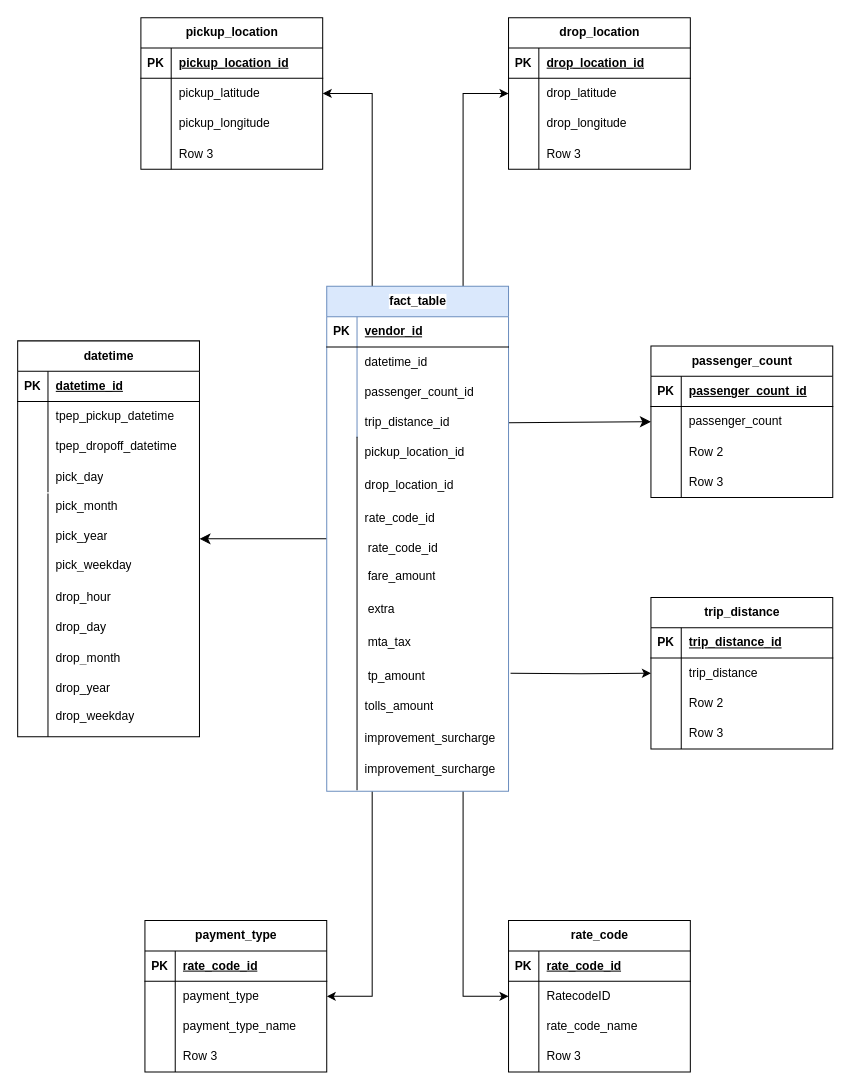
Above: Uber Data Model.drawio in hieuminhle/uber-pipeline (draw.io), before the change. Source tidied: cells renumbered, new cells numbered last; positions are measured from the earlier drawing's top-left corner, leaving out a move shared by most shapes. Both pictures are drawn from the tidied source at 101%, with x=0, y=0 at pixel (17, 17).
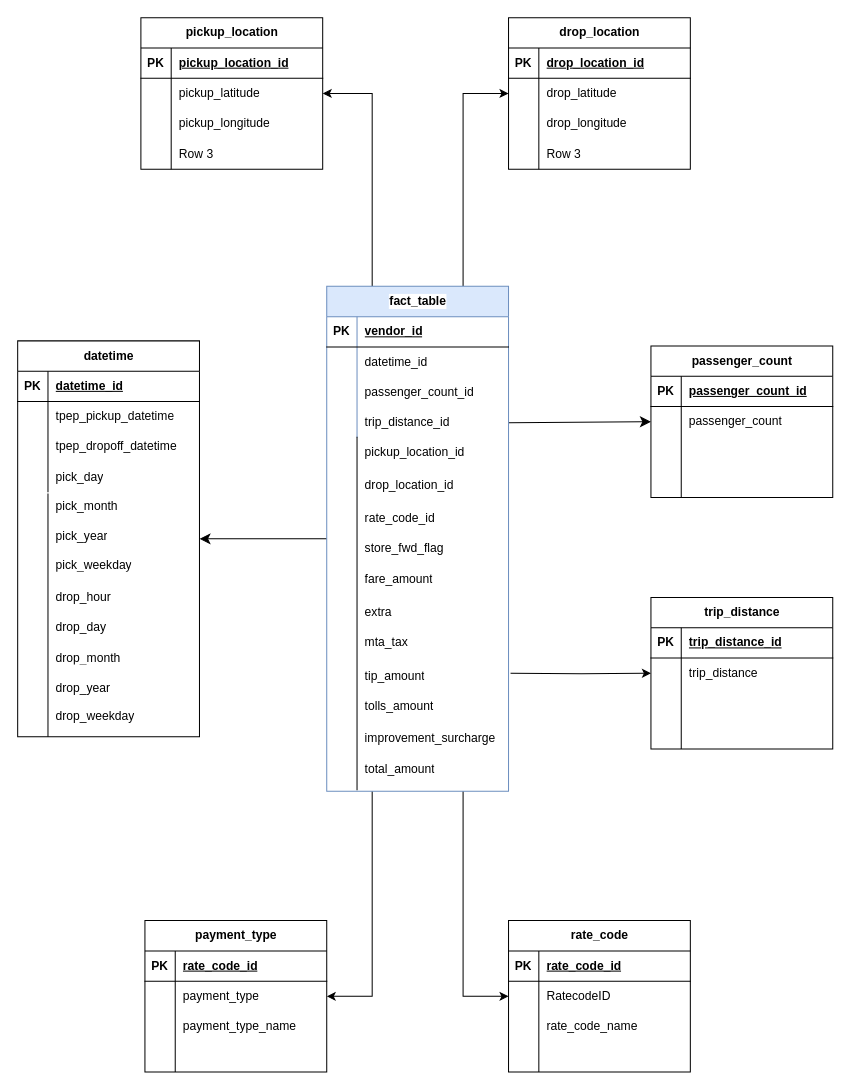
Above is the later version.

Commit message (it also covers changes not shown here):
create fact table and update data model

The change refers to these unchanged cells:
```xml
<mxCell id="50" style="shape=tableRow;horizontal=0;startSize=0;swimlaneHead=0;swimlaneBody=0;fillColor=none;top=0;left=0;right=0;bottom=0;" parent="43" vertex="1">
  <mxGeometry y="90" width="180" height="30" as="geometry" />
</mxCell>
<mxCell id="53" style="shape=tableRow;horizontal=0;startSize=0;swimlaneHead=0;swimlaneBody=0;fillColor=none;top=0;left=0;right=0;bottom=0;" parent="43" vertex="1">
  <mxGeometry y="120" width="180" height="30" as="geometry" />
</mxCell>
<mxCell id="63" style="shape=tableRow;horizontal=0;startSize=0;swimlaneHead=0;swimlaneBody=0;fillColor=none;top=0;left=0;right=0;bottom=0;" parent="56" vertex="1">
  <mxGeometry y="90" width="180" height="30" as="geometry" />
</mxCell>
<mxCell id="66" style="shape=tableRow;horizontal=0;startSize=0;swimlaneHead=0;swimlaneBody=0;fillColor=none;top=0;left=0;right=0;bottom=0;" parent="56" vertex="1">
  <mxGeometry y="120" width="180" height="30" as="geometry" />
</mxCell>
<mxCell id="105" style="shape=tableRow;horizontal=0;startSize=0;swimlaneHead=0;swimlaneBody=0;fillColor=none;top=0;left=0;right=0;bottom=0;" parent="95" vertex="1">
  <mxGeometry y="120" width="180" height="30" as="geometry" />
</mxCell>
<mxCell id="122" style="shape=tableRow;horizontal=0;startSize=0;swimlaneHead=0;swimlaneBody=0;fillColor=none;top=0;left=0;right=0;bottom=0;" parent="112" vertex="1">
  <mxGeometry y="120" width="180" height="30" as="geometry" />
</mxCell>
```

The edit, as a diff of the source:
```diff
@@
-    <mxCell id="52" value="Row 2" style="shape=partialRectangle;fillColor=none;top=0;left=0;bottom=0;right=0;align=left;spacingLeft=6;overflow=hidden;whiteSpace=wrap;html=1;" parent="50" vertex="1">
+    <mxCell id="52" style="shape=partialRectangle;fillColor=none;top=0;left=0;bottom=0;right=0;align=left;spacingLeft=6;overflow=hidden;whiteSpace=wrap;html=1;" parent="50" vertex="1">
       <mxGeometry x="30" width="150" height="30" as="geometry" />
     </mxCell>
@@
-    <mxCell id="55" value="Row 3" style="shape=partialRectangle;fillColor=none;top=0;left=0;bottom=0;right=0;align=left;spacingLeft=6;overflow=hidden;whiteSpace=wrap;html=1;" parent="53" vertex="1">
+    <mxCell id="55" style="shape=partialRectangle;fillColor=none;top=0;left=0;bottom=0;right=0;align=left;spacingLeft=6;overflow=hidden;whiteSpace=wrap;html=1;" parent="53" vertex="1">
       <mxGeometry x="30" width="150" height="30" as="geometry" />
     </mxCell>
@@
-    <mxCell id="65" value="Row 2" style="shape=partialRectangle;fillColor=none;top=0;left=0;bottom=0;right=0;align=left;spacingLeft=6;overflow=hidden;whiteSpace=wrap;html=1;" parent="63" vertex="1">
+    <mxCell id="65" style="shape=partialRectangle;fillColor=none;top=0;left=0;bottom=0;right=0;align=left;spacingLeft=6;overflow=hidden;whiteSpace=wrap;html=1;" parent="63" vertex="1">
       <mxGeometry x="30" width="150" height="30" as="geometry" />
     </mxCell>
@@
-    <mxCell id="68" value="Row 3" style="shape=partialRectangle;fillColor=none;top=0;left=0;bottom=0;right=0;align=left;spacingLeft=6;overflow=hidden;whiteSpace=wrap;html=1;" parent="66" vertex="1">
+    <mxCell id="68" style="shape=partialRectangle;fillColor=none;top=0;left=0;bottom=0;right=0;align=left;spacingLeft=6;overflow=hidden;whiteSpace=wrap;html=1;" parent="66" vertex="1">
       <mxGeometry x="30" width="150" height="30" as="geometry" />
     </mxCell>
@@
-    <mxCell id="107" value="Row 3" style="shape=partialRectangle;fillColor=none;top=0;left=0;bottom=0;right=0;align=left;spacingLeft=6;overflow=hidden;whiteSpace=wrap;html=1;" parent="105" vertex="1">
+    <mxCell id="107" style="shape=partialRectangle;fillColor=none;top=0;left=0;bottom=0;right=0;align=left;spacingLeft=6;overflow=hidden;whiteSpace=wrap;html=1;" parent="105" vertex="1">
       <mxGeometry x="30" width="150" height="30" as="geometry" />
     </mxCell>
@@
-    <mxCell id="124" value="Row 3" style="shape=partialRectangle;fillColor=none;top=0;left=0;bottom=0;right=0;align=left;spacingLeft=6;overflow=hidden;whiteSpace=wrap;html=1;" parent="122" vertex="1">
+    <mxCell id="124" style="shape=partialRectangle;fillColor=none;top=0;left=0;bottom=0;right=0;align=left;spacingLeft=6;overflow=hidden;whiteSpace=wrap;html=1;" parent="122" vertex="1">
       <mxGeometry x="30" width="150" height="30" as="geometry" />
     </mxCell>
-    <mxCell id="125" value="rate_code_id" style="shape=partialRectangle;fillColor=none;top=0;left=0;bottom=0;right=0;align=left;spacingLeft=6;overflow=hidden;whiteSpace=wrap;html=1;" parent="1" vertex="1">
-      <mxGeometry x="339" y="511" width="150" height="30" as="geometry" />
-    </mxCell>
     <mxCell id="126" value="fare_amount" style="shape=partialRectangle;fillColor=none;top=0;left=0;bottom=0;right=0;align=left;spacingLeft=6;overflow=hidden;whiteSpace=wrap;html=1;" parent="1" vertex="1">
-      <mxGeometry x="339" y="538" width="150" height="30" as="geometry" />
+      <mxGeometry x="336" y="541" width="150" height="30" as="geometry" />
     </mxCell>
     <mxCell id="127" value="extra" style="shape=partialRectangle;fillColor=none;top=0;left=0;bottom=0;right=0;align=left;spacingLeft=6;overflow=hidden;whiteSpace=wrap;html=1;" parent="1" vertex="1">
-      <mxGeometry x="339" y="571" width="150" height="30" as="geometry" />
+      <mxGeometry x="336" y="574" width="150" height="30" as="geometry" />
     </mxCell>
     <mxCell id="128" value="mta_tax" style="shape=partialRectangle;fillColor=none;top=0;left=0;bottom=0;right=0;align=left;spacingLeft=6;overflow=hidden;whiteSpace=wrap;html=1;" parent="1" vertex="1">
-      <mxGeometry x="339" y="604" width="150" height="30" as="geometry" />
+      <mxGeometry x="336" y="604" width="150" height="30" as="geometry" />
     </mxCell>
-    <mxCell id="129" value="tp_amount" style="shape=partialRectangle;fillColor=none;top=0;left=0;bottom=0;right=0;align=left;spacingLeft=6;overflow=hidden;whiteSpace=wrap;html=1;" parent="1" vertex="1">
-      <mxGeometry x="339" y="637" width="150" height="30" as="geometry" />
+    <mxCell id="129" value="tip_amount" style="shape=partialRectangle;fillColor=none;top=0;left=0;bottom=0;right=0;align=left;spacingLeft=6;overflow=hidden;whiteSpace=wrap;html=1;" parent="1" vertex="1">
+      <mxGeometry x="336" y="637" width="150" height="30" as="geometry" />
     </mxCell>
@@
-    <mxCell id="133" value="improvement_surcharge" style="shape=partialRectangle;fillColor=none;top=0;left=0;bottom=0;right=0;align=left;spacingLeft=6;overflow=hidden;whiteSpace=wrap;html=1;" parent="1" vertex="1">
+    <mxCell id="133" value="total_amount" style="shape=partialRectangle;fillColor=none;top=0;left=0;bottom=0;right=0;align=left;spacingLeft=6;overflow=hidden;whiteSpace=wrap;html=1;" parent="1" vertex="1">
       <mxGeometry x="336" y="729" width="150" height="30" as="geometry" />
     </mxCell>
@@
+    <mxCell id="137" value="store_fwd_flag" style="shape=partialRectangle;fillColor=none;top=0;left=0;bottom=0;right=0;align=left;spacingLeft=6;overflow=hidden;whiteSpace=wrap;html=1;" parent="1" vertex="1">
+      <mxGeometry x="336" y="511" width="150" height="30" as="geometry" />
+    </mxCell>
```
